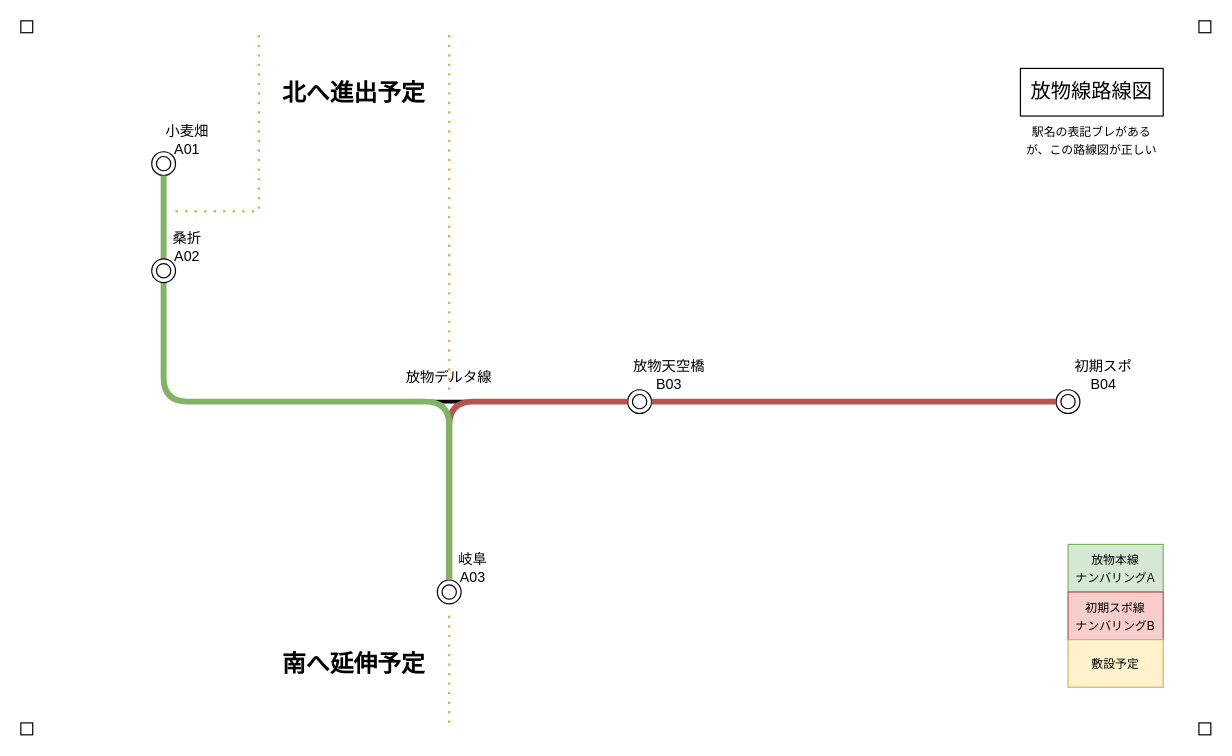
chainsawsteel1/drawio-files keeps this draw.io diagram as バリン鯖放物線.drawio. Above is the earlier version. Source tidied: cells renumbered, new cells numbered last; positions are measured from the earlier drawing's top-left corner, leaving out a move shared by most shapes. Both pictures are drawn from the tidied source at 119%, with x=0, y=0 at pixel (20, 20).
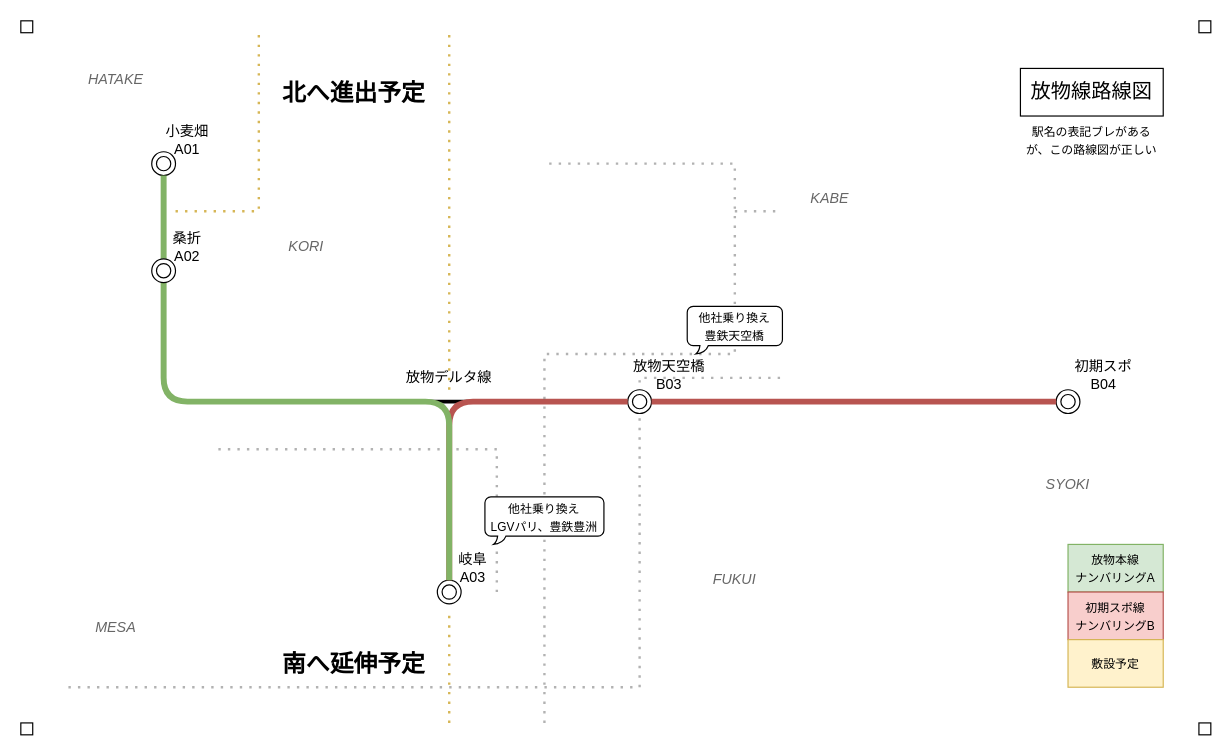
After the change.

Commit message:
バリン鯖放物線.drawio を更新します

What changed in the source:
```diff
@@
+    <mxCell id="32" style="endArrow=none;dashed=1;html=1;dashPattern=1 3;strokeWidth=2;rounded=0;fillColor=#f5f5f5;strokeColor=#666666;opacity=50;" parent="1" edge="1">
+      <mxGeometry relative="1" as="geometry">
+        <mxPoint x="400" y="480" as="sourcePoint" />
+        <mxPoint x="160" y="360" as="targetPoint" />
+        <Array as="points">
+          <mxPoint x="400" y="360" />
+        </Array>
+      </mxGeometry>
+    </mxCell>
+    <mxCell id="33" style="endArrow=none;dashed=1;html=1;dashPattern=1 3;strokeWidth=2;rounded=0;fillColor=#f5f5f5;strokeColor=#666666;opacity=50;" parent="1" edge="1">
+      <mxGeometry relative="1" as="geometry">
+        <mxPoint x="40" y="560" as="sourcePoint" />
+        <mxPoint x="640" y="300" as="targetPoint" />
+        <Array as="points">
+          <mxPoint x="520" y="560" />
+          <mxPoint x="520" y="300" />
+        </Array>
+      </mxGeometry>
+    </mxCell>
@@
+    <mxCell id="34" style="endArrow=none;dashed=1;html=1;dashPattern=1 3;strokeWidth=2;rounded=0;fillColor=#f5f5f5;strokeColor=#666666;opacity=50;" parent="1" edge="1">
+      <mxGeometry relative="1" as="geometry">
+        <mxPoint x="440" y="590" as="sourcePoint" />
+        <mxPoint x="440" y="120" as="targetPoint" />
+        <Array as="points">
+          <mxPoint x="440" y="280" />
+          <mxPoint x="600" y="280" />
+          <mxPoint x="600" y="120" />
+        </Array>
+      </mxGeometry>
+    </mxCell>
+    <mxCell id="35" value="&lt;div&gt;&lt;font size=&quot;1&quot;&gt;他社乗り換え&lt;/font&gt;&lt;/div&gt;&lt;div&gt;&lt;font size=&quot;1&quot;&gt;LGVパリ、&lt;/font&gt;&lt;font size=&quot;1&quot;&gt;豊鉄&lt;/font&gt;&lt;font size=&quot;1&quot;&gt;豊洲&lt;br&gt;&lt;/font&gt;&lt;/div&gt;" style="whiteSpace=wrap;html=1;shape=mxgraph.basic.roundRectCallout;dx=14.17;dy=7;size=5;boundedLbl=1;" parent="1" vertex="1">
+      <mxGeometry x="390" y="400" width="100" height="40" as="geometry" />
+    </mxCell>
+    <mxCell id="36" value="&lt;div&gt;&lt;font size=&quot;1&quot;&gt;他社&lt;/font&gt;&lt;font size=&quot;1&quot;&gt;乗&lt;/font&gt;&lt;font size=&quot;1&quot;&gt;り換え&lt;/font&gt;&lt;/div&gt;&lt;div&gt;&lt;font size=&quot;1&quot;&gt;豊鉄天空橋&lt;br&gt;&lt;/font&gt;&lt;/div&gt;" style="whiteSpace=wrap;html=1;shape=mxgraph.basic.roundRectCallout;dx=14.17;dy=7;size=5;boundedLbl=1;" parent="1" vertex="1">
+      <mxGeometry x="560" y="240" width="80" height="40" as="geometry" />
+    </mxCell>
+    <mxCell id="37" style="endArrow=none;dashed=1;html=1;dashPattern=1 3;strokeWidth=2;rounded=0;fillColor=#f5f5f5;strokeColor=#666666;opacity=50;" parent="1" edge="1">
+      <mxGeometry relative="1" as="geometry">
+        <mxPoint x="600" y="160" as="sourcePoint" />
+        <mxPoint x="640" y="160" as="targetPoint" />
+      </mxGeometry>
+    </mxCell>
+    <mxCell id="38" value="&lt;i&gt;&lt;font color=&quot;#666666&quot;&gt;MESA&lt;/font&gt;&lt;/i&gt;" style="text;html=1;align=center;verticalAlign=middle;whiteSpace=wrap;rounded=0;" parent="1" vertex="1">
+      <mxGeometry x="40" y="500" width="80" height="20" as="geometry" />
+    </mxCell>
+    <mxCell id="39" value="&lt;i&gt;&lt;font color=&quot;#666666&quot;&gt;FUKUI&lt;/font&gt;&lt;/i&gt;" style="text;html=1;align=center;verticalAlign=middle;whiteSpace=wrap;rounded=0;" parent="1" vertex="1">
+      <mxGeometry x="560" y="460" width="80" height="20" as="geometry" />
+    </mxCell>
+    <mxCell id="40" value="&lt;i&gt;&lt;font color=&quot;#666666&quot;&gt;HATAKE&lt;/font&gt;&lt;/i&gt;" style="text;html=1;align=center;verticalAlign=middle;whiteSpace=wrap;rounded=0;" parent="1" vertex="1">
+      <mxGeometry x="40" y="40" width="80" height="20" as="geometry" />
+    </mxCell>
+    <mxCell id="41" value="&lt;font color=&quot;#666666&quot;&gt;&lt;i&gt;SYOKI&lt;/i&gt;&lt;/font&gt;" style="text;html=1;align=center;verticalAlign=middle;whiteSpace=wrap;rounded=0;" parent="1" vertex="1">
+      <mxGeometry x="840" y="380" width="80" height="20" as="geometry" />
+    </mxCell>
+    <mxCell id="42" value="&lt;font color=&quot;#666666&quot;&gt;&lt;i&gt;KABE&lt;/i&gt;&lt;/font&gt;" style="text;html=1;align=center;verticalAlign=middle;whiteSpace=wrap;rounded=0;" parent="1" vertex="1">
+      <mxGeometry x="640" y="140" width="80" height="20" as="geometry" />
+    </mxCell>
+    <mxCell id="43" value="&lt;font color=&quot;#666666&quot;&gt;&lt;i&gt;KORI&lt;/i&gt;&lt;/font&gt;" style="text;html=1;align=center;verticalAlign=middle;whiteSpace=wrap;rounded=0;" parent="1" vertex="1">
+      <mxGeometry x="200" y="180" width="80" height="20" as="geometry" />
+    </mxCell>
```
